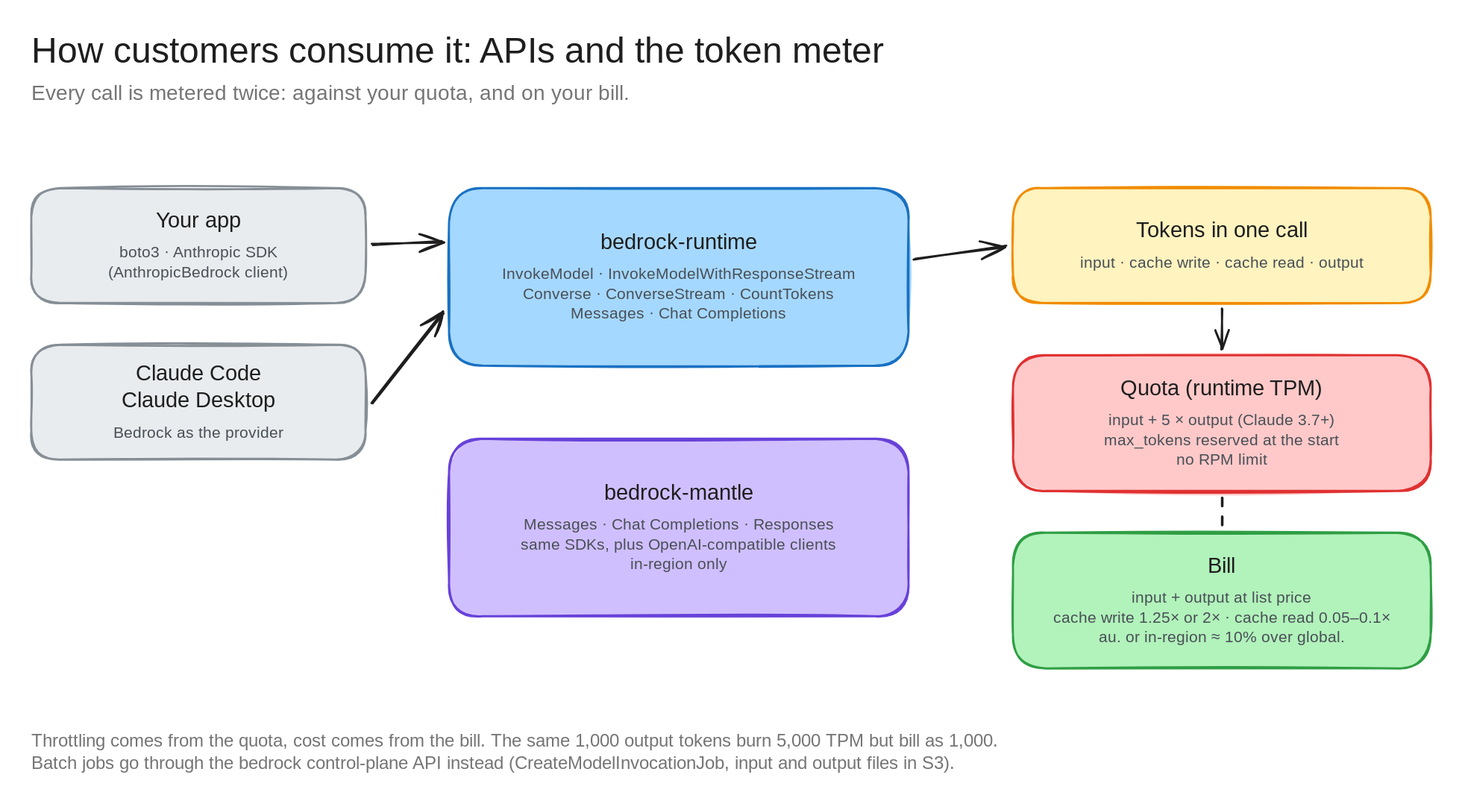
This is architecture-diagrams/claude-anz-infra-excalidraw/diagrams/c6-consume.excalidraw.svg from bsnehanshu/slides, a Excalidraw export, as it was before one commit. Source tidied: one line per element, renumbered; positions are measured from the earlier drawing's top-left corner, leaving out a move shared by most shapes.
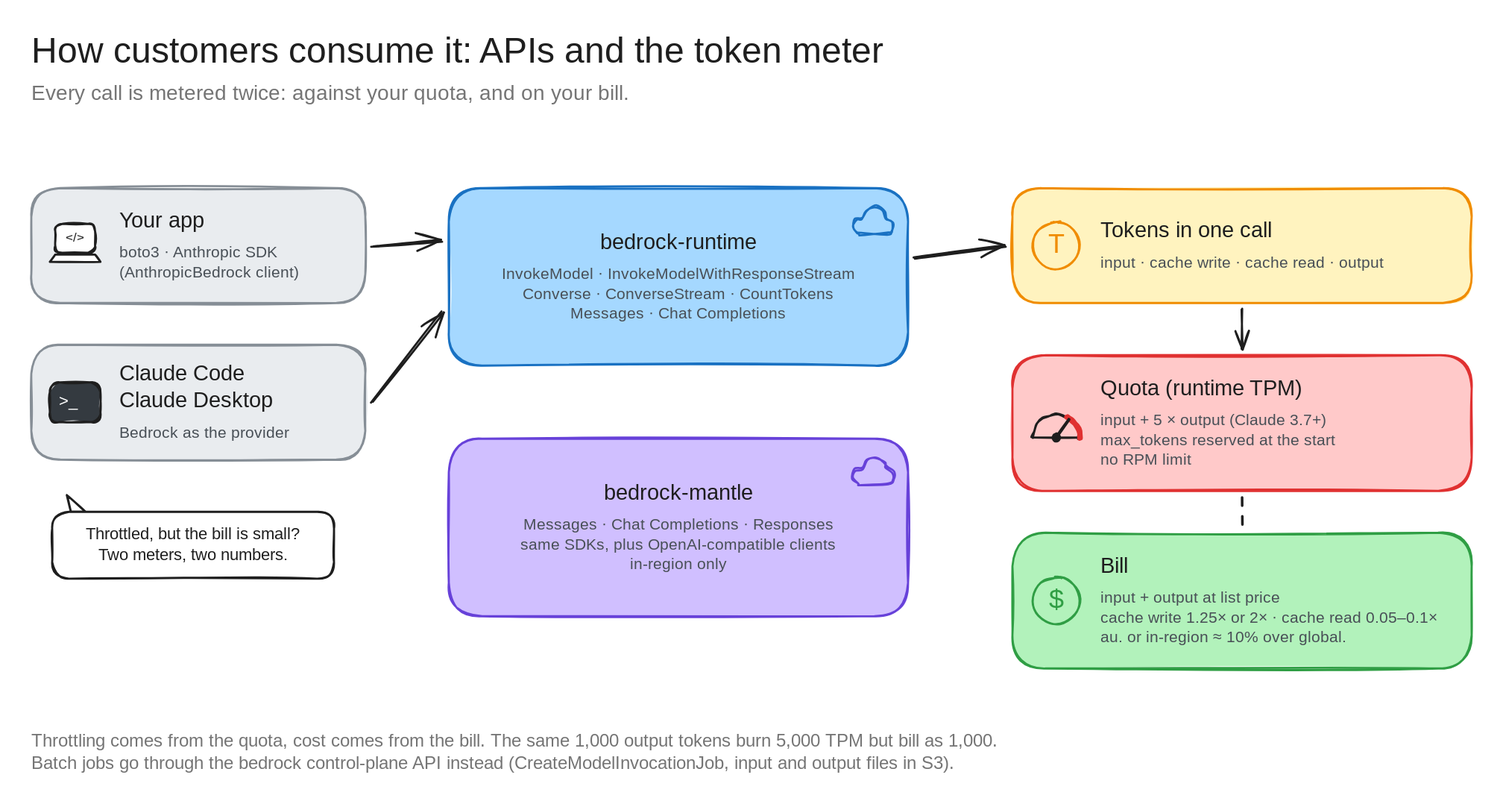
After the change.

What changed in the source:
```diff
@@ -1,29 +1,48 @@
 {"id": 0, "type": "text", "text": "How customers consume it: APIs and the token meter", "strokeColor": "#1e1e1e", "strokeWidth": 2, "roughness": 1, "fontSize": 34, "fontFamily": 5, "x": 0, "y": 0, "width": 894, "height": 42}
 {"id": 1, "type": "text", "text": "Every call is metered twice: against your quota, and on your bill.", "strokeColor": "#757575", "strokeWidth": 2, "roughness": 1, "fontSize": 20, "fontFamily": 5, "x": 0, "y": 48, "width": 627, "height": 25}
 {"id": 2, "type": "rectangle", "strokeColor": "#868e96", "backgroundColor": "#e9ecef", "fillStyle": "solid", "strokeWidth": 2, "roughness": 1, "round": true, "x": 0, "y": 150, "width": 320, "height": 110}
-{"id": 3, "type": "text", "text": "Your app", "strokeColor": "#1e1e1e", "strokeWidth": 2, "roughness": 1, "fontSize": 21, "fontFamily": 5, "textAlign": "center", "x": 116, "y": 169, "width": 89, "height": 26}
+{"id": 3, "type": "text", "text": "Your app", "strokeColor": "#1e1e1e", "strokeWidth": 2, "roughness": 1, "fontSize": 21, "fontFamily": 5, "x": 84, "y": 169, "width": 89, "height": 26}
-{"id": 4, "type": "text", "text": "boto3 · Anthropic SDK\n(AnthropicBedrock client)", "strokeColor": "#495057", "strokeWidth": 2, "roughness": 1, "fontSize": 15, "fontFamily": 5, "textAlign": "center", "x": 66, "y": 203, "width": 189, "height": 38}
+{"id": 4, "type": "text", "text": "boto3 · Anthropic SDK\n(AnthropicBedrock client)", "strokeColor": "#495057", "strokeWidth": 2, "roughness": 1, "fontSize": 15, "fontFamily": 5, "x": 84, "y": 203, "width": 189, "height": 38}
+{"id": 29, "type": "rectangle", "strokeColor": "#1e1e1e", "backgroundColor": "#ffffff", "fillStyle": "solid", "strokeWidth": 2, "roughness": 1, "round": true, "x": 23, "y": 184, "width": 38, "height": 28}
+{"id": 30, "type": "line", "strokeColor": "#1e1e1e", "backgroundColor": "#ffffff", "fillStyle": "solid", "strokeWidth": 2, "roughness": 1, "x": 18, "y": 221, "width": 49, "height": 7, "points": [[0, 0], [5, -7], [43, -7], [49, 0], [0, 0]]}
+{"id": 10, "type": "text", "text": "</>", "strokeColor": "#1e1e1e", "strokeWidth": 2, "roughness": 1, "fontSize": 12.13, "fontFamily": 5, "textAlign": "center", "x": 30, "y": 190, "width": 23, "height": 15}
 {"id": 5, "type": "rectangle", "strokeColor": "#868e96", "backgroundColor": "#e9ecef", "fillStyle": "solid", "strokeWidth": 2, "roughness": 1, "round": true, "x": 0, "y": 300, "width": 320, "height": 110}
-{"id": 6, "type": "text", "text": "Claude Code\nClaude Desktop", "strokeColor": "#1e1e1e", "strokeWidth": 2, "roughness": 1, "fontSize": 21, "fontFamily": 5, "textAlign": "center", "x": 79, "y": 315, "width": 162, "height": 52}
-{"id": 7, "type": "text", "text": "Bedrock as the provider", "strokeColor": "#495057", "strokeWidth": 2, "roughness": 1, "fontSize": 15, "fontFamily": 5, "textAlign": "center", "x": 70, "y": 376, "width": 180, "height": 19}
-{"id": 8, "type": "rectangle", "strokeColor": "#1971c2", "backgroundColor": "#a5d8ff", "fillStyle": "solid", "strokeWidth": 2, "roughness": 1, "round": true, "x": 400, "y": 150, "width": 440, "height": 170}
-{"id": 9, "type": "text", "text": "bedrock-runtime", "strokeColor": "#1e1e1e", "strokeWidth": 2, "roughness": 1, "fontSize": 21, "fontFamily": 5, "textAlign": "center", "x": 538, "y": 190, "width": 163, "height": 26}
-{"id": 10, "type": "text", "text": "InvokeModel · InvokeModelWithResponseStream\nConverse · ConverseStream · CountTokens\nMessages · Chat Completions", "strokeColor": "#495057", "strokeWidth": 2, "roughness": 1, "fontSize": 15, "fontFamily": 5, "textAlign": "center", "x": 446, "y": 224, "width": 348, "height": 56}
-{"id": 11, "type": "rectangle", "strokeColor": "#6741d9", "backgroundColor": "#d0bfff", "fillStyle": "solid", "strokeWidth": 2, "roughness": 1, "round": true, "x": 400, "y": 390, "width": 440, "height": 170}
-{"id": 12, "type": "text", "text": "bedrock-mantle", "strokeColor": "#1e1e1e", "strokeWidth": 2, "roughness": 1, "fontSize": 21, "fontFamily": 5, "textAlign": "center", "x": 543, "y": 430, "width": 154, "height": 26}
+{"id": 12, "type": "text", "text": "Claude Code\nClaude Desktop", "strokeColor": "#1e1e1e", "strokeWidth": 2, "roughness": 1, "fontSize": 21, "fontFamily": 5, "x": 84, "y": 315, "width": 162, "height": 52}
-{"id": 13, "type": "text", "text": "Messages · Chat Completions · Responses\nsame SDKs, plus OpenAI-compatible clients\nin-region only", "strokeColor": "#495057", "strokeWidth": 2, "roughness": 1, "fontSize": 15, "fontFamily": 5, "textAlign": "center", "x": 464, "y": 464, "width": 313, "height": 56}
+{"id": 13, "type": "text", "text": "Bedrock as the provider", "strokeColor": "#495057", "strokeWidth": 2, "roughness": 1, "fontSize": 15, "fontFamily": 5, "x": 84, "y": 376, "width": 179, "height": 19}
-{"id": 14, "type": "arrow", "strokeColor": "#1e1e1e", "strokeWidth": 2, "roughness": 1, "endArrowhead": "arrow", "round": true, "from": 2, "to": 8, "x": 326, "y": 205, "width": 68, "height": 4, "points": [[0, 0], [68, -4]]}
-{"id": 15, "type": "arrow", "strokeColor": "#1e1e1e", "strokeWidth": 2, "roughness": 1, "endArrowhead": "arrow", "round": true, "from": 5, "to": 8, "x": 326, "y": 355, "width": 68, "height": 86, "points": [[0, 0], [68, -86]]}
+{"id": 31, "type": "rectangle", "strokeColor": "#1e1e1e", "backgroundColor": "#343a40", "fillStyle": "solid", "strokeWidth": 2, "roughness": 1, "round": true, "x": 18, "y": 336, "width": 49, "height": 38}
+{"id": 17, "type": "text", "text": ">_", "strokeColor": "#ffffff", "strokeWidth": 2, "roughness": 1, "fontSize": 15.6, "fontFamily": 5, "textAlign": "center", "x": 24, "y": 345, "width": 22, "height": 20}
+{"id": 8, "type": "rectangle", "strokeColor": "#1971c2", "backgroundColor": "#a5d8ff", "fillStyle": "solid", "strokeWidth": 2, "roughness": 1, "round": true, "x": 400, "y": 150, "width": 440, "height": 170}
+{"id": 18, "type": "text", "text": "bedrock-runtime", "strokeColor": "#1e1e1e", "strokeWidth": 2, "roughness": 1, "fontSize": 21, "fontFamily": 5, "textAlign": "center", "x": 538, "y": 190, "width": 163, "height": 26}
+{"id": 20, "type": "text", "text": "InvokeModel · InvokeModelWithResponseStream\nConverse · ConverseStream · CountTokens\nMessages · Chat Completions", "strokeColor": "#495057", "strokeWidth": 2, "roughness": 1, "fontSize": 15, "fontFamily": 5, "textAlign": "center", "x": 446, "y": 224, "width": 348, "height": 56}
+{"id": 11, "type": "rectangle", "strokeColor": "#6741d9", "backgroundColor": "#d0bfff", "fillStyle": "solid", "strokeWidth": 2, "roughness": 1, "round": true, "x": 400, "y": 390, "width": 440, "height": 170}
+{"id": 21, "type": "text", "text": "bedrock-mantle", "strokeColor": "#1e1e1e", "strokeWidth": 2, "roughness": 1, "fontSize": 21, "fontFamily": 5, "textAlign": "center", "x": 543, "y": 430, "width": 154, "height": 26}
+{"id": 23, "type": "text", "text": "Messages · Chat Completions · Responses\nsame SDKs, plus OpenAI-compatible clients\nin-region only", "strokeColor": "#495057", "strokeWidth": 2, "roughness": 1, "fontSize": 15, "fontFamily": 5, "textAlign": "center", "x": 464, "y": 464, "width": 313, "height": 56}
+{"id": 32, "type": "line", "strokeColor": "#1971c2", "backgroundColor": "#a5d8ff", "fillStyle": "solid", "strokeWidth": 2, "roughness": 1, "round": true, "x": 793, "y": 194, "width": 38, "height": 26, "points": [[0, 0], [-6, -6], [-3, -13], [4, -15], [7, -23], [16, -26], [24, -22], [26, -15], [32, -11], [32, -4], [26, 0], [0, 0]]}
+{"id": 33, "type": "line", "strokeColor": "#6741d9", "backgroundColor": "#d0bfff", "fillStyle": "solid", "strokeWidth": 2, "roughness": 1, "round": true, "x": 793, "y": 434, "width": 38, "height": 26, "points": [[0, 0], [-6, -6], [-3, -13], [4, -15], [7, -23], [16, -26], [24, -22], [26, -15], [32, -11], [32, -4], [26, 0], [0, 0]]}
+{"id": 34, "type": "arrow", "strokeColor": "#1e1e1e", "strokeWidth": 2, "roughness": 1, "endArrowhead": "arrow", "round": true, "from": 2, "to": 8, "x": 326, "y": 205, "width": 68, "height": 4, "points": [[0, 0], [68, -4]]}
+{"id": 35, "type": "arrow", "strokeColor": "#1e1e1e", "strokeWidth": 2, "roughness": 1, "endArrowhead": "arrow", "round": true, "from": 5, "to": 8, "x": 326, "y": 355, "width": 68, "height": 86, "points": [[0, 0], [68, -86]]}
-{"id": 16, "type": "rectangle", "strokeColor": "#f08c00", "backgroundColor": "#fff3bf", "fillStyle": "solid", "strokeWidth": 2, "roughness": 1, "round": true, "x": 940, "y": 150, "width": 400, "height": 110}
+{"id": 16, "type": "rectangle", "strokeColor": "#f08c00", "backgroundColor": "#fff3bf", "fillStyle": "solid", "strokeWidth": 2, "roughness": 1, "round": true, "x": 940, "y": 150, "width": 440, "height": 110}
-{"id": 17, "type": "text", "text": "Tokens in one call", "strokeColor": "#1e1e1e", "strokeWidth": 2, "roughness": 1, "fontSize": 21, "fontFamily": 5, "textAlign": "center", "x": 1048, "y": 178, "width": 185, "height": 26}
-{"id": 18, "type": "text", "text": "input · cache write · cache read · output", "strokeColor": "#495057", "strokeWidth": 2, "roughness": 1, "fontSize": 15, "fontFamily": 5, "textAlign": "center", "x": 992, "y": 213, "width": 295, "height": 19}
+{"id": 36, "type": "text", "text": "Tokens in one call", "strokeColor": "#1e1e1e", "strokeWidth": 2, "roughness": 1, "fontSize": 21, "fontFamily": 5, "x": 1024, "y": 178, "width": 185, "height": 26}
+{"id": 37, "type": "text", "text": "input · cache write · cache read · output", "strokeColor": "#495057", "strokeWidth": 2, "roughness": 1, "fontSize": 15, "fontFamily": 5, "x": 1024, "y": 213, "width": 295, "height": 19}
+{"id": 38, "type": "ellipse", "strokeColor": "#f08c00", "backgroundColor": "#fff3bf", "fillStyle": "solid", "strokeWidth": 2, "roughness": 1, "round": true, "x": 959, "y": 182, "width": 45, "height": 45}
+{"id": 39, "type": "text", "text": "T", "strokeColor": "#f08c00", "strokeWidth": 2, "roughness": 1, "fontSize": 26, "fontFamily": 5, "textAlign": "center", "x": 970, "y": 189, "width": 25, "height": 32}
-{"id": 19, "type": "rectangle", "strokeColor": "#e03131", "backgroundColor": "#ffc9c9", "fillStyle": "solid", "strokeWidth": 2, "roughness": 1, "round": true, "x": 940, "y": 310, "width": 400, "height": 130}
+{"id": 19, "type": "rectangle", "strokeColor": "#e03131", "backgroundColor": "#ffc9c9", "fillStyle": "solid", "strokeWidth": 2, "roughness": 1, "round": true, "x": 940, "y": 310, "width": 440, "height": 130}
-{"id": 20, "type": "text", "text": "Quota (runtime TPM)", "strokeColor": "#1e1e1e", "strokeWidth": 2, "roughness": 1, "fontSize": 21, "fontFamily": 5, "textAlign": "center", "x": 1028, "y": 330, "width": 223, "height": 26}
-{"id": 21, "type": "text", "text": "input + 5 × output (Claude 3.7+)\nmax_tokens reserved at the start\nno RPM limit", "strokeColor": "#495057", "strokeWidth": 2, "roughness": 1, "fontSize": 15, "fontFamily": 5, "textAlign": "center", "x": 1012, "y": 364, "width": 256, "height": 56}
+{"id": 40, "type": "text", "text": "Quota (runtime TPM)", "strokeColor": "#1e1e1e", "strokeWidth": 2, "roughness": 1, "fontSize": 21, "fontFamily": 5, "x": 1024, "y": 330, "width": 223, "height": 26}
+{"id": 41, "type": "text", "text": "input + 5 × output (Claude 3.7+)\nmax_tokens reserved at the start\nno RPM limit", "strokeColor": "#495057", "strokeWidth": 2, "roughness": 1, "fontSize": 15, "fontFamily": 5, "x": 1024, "y": 364, "width": 256, "height": 56}
+{"id": 42, "type": "line", "strokeColor": "#1e1e1e", "strokeWidth": 2, "roughness": 1, "round": true, "x": 959, "y": 389, "width": 45, "height": 23, "points": [[0, 0], [1, -7], [4, -13], [9, -18], [16, -21], [23, -23], [29, -21], [36, -18], [41, -13], [44, -7], [45, 0]]}
+{"id": 43, "type": "line", "strokeColor": "#1e1e1e", "strokeWidth": 2, "roughness": 1, "x": 959, "y": 389, "width": 45, "height": 0, "points": [[0, 0], [45, 0]]}
+{"id": 44, "type": "line", "strokeColor": "#e03131", "strokeWidth": 5, "roughness": 1, "round": true, "x": 992, "y": 369, "width": 12, "height": 20, "points": [[0, 0], [5, 4], [9, 8], [11, 14], [12, 20]]}
+{"id": 45, "type": "line", "strokeColor": "#1e1e1e", "strokeWidth": 3, "roughness": 1, "x": 982, "y": 389, "width": 12, "height": 17, "points": [[0, 0], [12, -17]]}
+{"id": 46, "type": "ellipse", "strokeColor": "#1e1e1e", "backgroundColor": "#1e1e1e", "fillStyle": "solid", "strokeWidth": 2, "roughness": 1, "round": true, "x": 979, "y": 385, "width": 7, "height": 7}
-{"id": 22, "type": "rectangle", "strokeColor": "#2f9e44", "backgroundColor": "#b2f2bb", "fillStyle": "solid", "strokeWidth": 2, "roughness": 1, "round": true, "x": 940, "y": 480, "width": 400, "height": 130}
+{"id": 22, "type": "rectangle", "strokeColor": "#2f9e44", "backgroundColor": "#b2f2bb", "fillStyle": "solid", "strokeWidth": 2, "roughness": 1, "round": true, "x": 940, "y": 480, "width": 440, "height": 130}
-{"id": 23, "type": "text", "text": "Bill", "strokeColor": "#1e1e1e", "strokeWidth": 2, "roughness": 1, "fontSize": 21, "fontFamily": 5, "textAlign": "center", "x": 1124, "y": 500, "width": 33, "height": 26}
+{"id": 47, "type": "text", "text": "Bill", "strokeColor": "#1e1e1e", "strokeWidth": 2, "roughness": 1, "fontSize": 21, "fontFamily": 5, "x": 1024, "y": 500, "width": 33, "height": 26}
-{"id": 24, "type": "text", "text": "input + output at list price\ncache write 1.25× or 2× · cache read 0.05–0.1×\nau. or in-region ≈ 10% over global.", "strokeColor": "#495057", "strokeWidth": 2, "roughness": 1, "fontSize": 15, "fontFamily": 5, "textAlign": "center", "x": 967, "y": 534, "width": 346, "height": 56}
+{"id": 24, "type": "text", "text": "input + output at list price\ncache write 1.25× or 2× · cache read 0.05–0.1×\nau. or in-region ≈ 10% over global.", "strokeColor": "#495057", "strokeWidth": 2, "roughness": 1, "fontSize": 15, "fontFamily": 5, "x": 1024, "y": 534, "width": 346, "height": 56}
-{"id": 25, "type": "arrow", "strokeColor": "#1e1e1e", "strokeWidth": 2, "roughness": 1, "endArrowhead": "arrow", "round": true, "from": 8, "to": 16, "x": 846, "y": 218, "width": 88, "height": 13, "points": [[0, 0], [88, -13]]}
-{"id": 26, "type": "arrow", "strokeColor": "#1e1e1e", "strokeWidth": 2, "roughness": 1, "endArrowhead": "arrow", "round": true, "from": 16, "to": 19, "x": 1140, "y": 266, "width": 0, "height": 38, "points": [[0, 0], [0, 38]]}
-{"id": 27, "type": "arrow", "strokeColor": "#1e1e1e", "strokeWidth": 2, "strokeStyle": "dashed", "roughness": 1, "round": true, "from": 19, "to": 22, "x": 1140, "y": 446, "width": 0, "height": 28, "points": [[0, 0], [0, 28]]}
+{"id": 48, "type": "ellipse", "strokeColor": "#2f9e44", "backgroundColor": "#b2f2bb", "fillStyle": "solid", "strokeWidth": 2, "roughness": 1, "round": true, "x": 959, "y": 522, "width": 45, "height": 45}
+{"id": 49, "type": "text", "text": "$", "strokeColor": "#2f9e44", "strokeWidth": 2, "roughness": 1, "fontSize": 26, "fontFamily": 5, "textAlign": "center", "x": 972, "y": 529, "width": 21, "height": 32}
+{"id": 50, "type": "arrow", "strokeColor": "#1e1e1e", "strokeWidth": 2, "roughness": 1, "endArrowhead": "arrow", "round": true, "from": 8, "to": 16, "x": 846, "y": 218, "width": 88, "height": 13, "points": [[0, 0], [88, -13]]}
+{"id": 51, "type": "arrow", "strokeColor": "#1e1e1e", "strokeWidth": 2, "roughness": 1, "endArrowhead": "arrow", "round": true, "from": 16, "to": 19, "x": 1160, "y": 266, "width": 0, "height": 38, "points": [[0, 0], [0, 38]]}
+{"id": 52, "type": "arrow", "strokeColor": "#1e1e1e", "strokeWidth": 2, "strokeStyle": "dashed", "roughness": 1, "round": true, "from": 19, "to": 22, "x": 1160, "y": 446, "width": 0, "height": 28, "points": [[0, 0], [0, 28]]}
+{"id": 53, "type": "line", "strokeColor": "#1e1e1e", "backgroundColor": "#ffffff", "fillStyle": "solid", "strokeWidth": 2, "roughness": 1, "x": 38, "y": 460, "width": 18, "height": 16, "points": [[0, 0], [-4, -16], [14, 0], [0, 0]]}
+{"id": 54, "type": "rectangle", "strokeColor": "#1e1e1e", "backgroundColor": "#ffffff", "fillStyle": "solid", "strokeWidth": 2, "roughness": 1, "round": true, "x": 20, "y": 460, "width": 270, "height": 64}
+{"id": 55, "type": "text", "text": "Throttled, but the bill is small?\nTwo meters, two numbers.", "strokeColor": "#1e1e1e", "strokeWidth": 2, "roughness": 1, "fontSize": 16, "fontFamily": 5, "textAlign": "center", "verticalAlign": "middle", "inside": 54, "x": 32, "y": 472, "width": 246, "height": 40}
 {"id": 28, "type": "text", "text": "Throttling comes from the quota, cost comes from the bill. The same 1,000 output tokens burn 5,000 TPM but bill as 1,000.\nBatch jobs go through the bedrock control-plane API instead (CreateModelInvocationJob, input and output files in S3).", "strokeColor": "#757575", "strokeWidth": 2, "roughness": 1, "fontSize": 17, "fontFamily": 5, "x": 0, "y": 670, "width": 1046, "height": 42}
```
